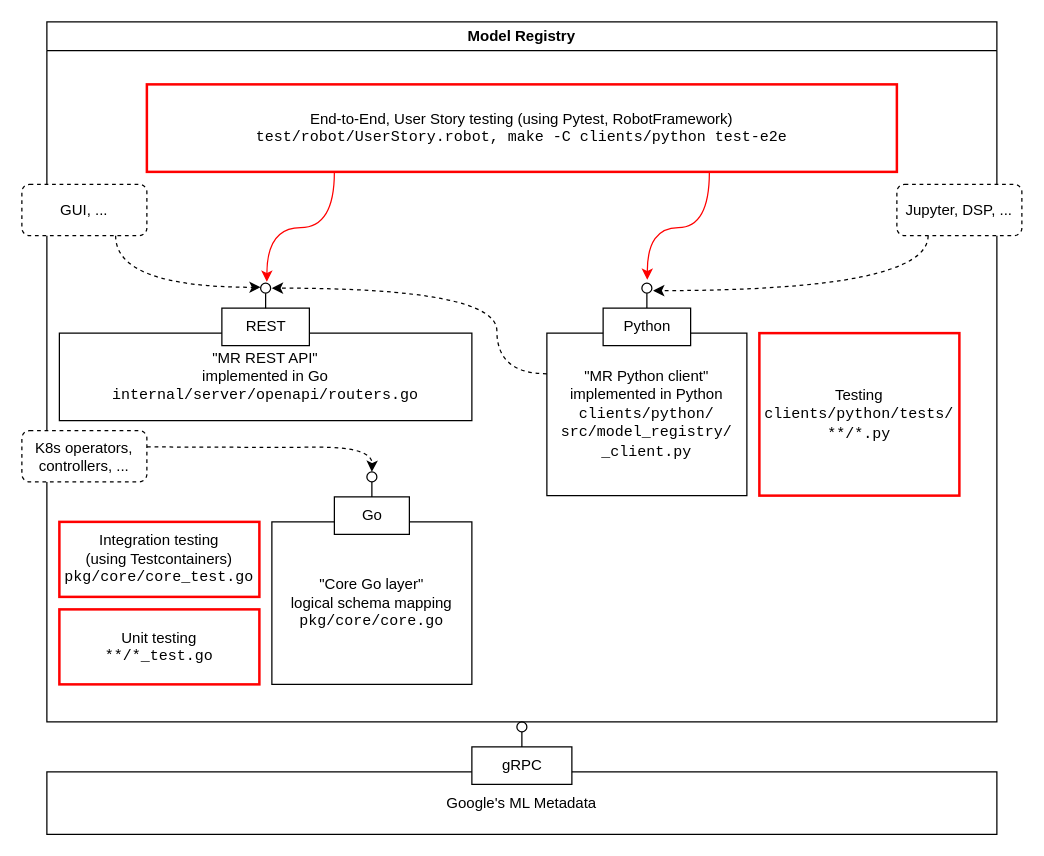
This is docs/Model Registry Testing areas.drawio from hanzo-ml/hub, a draw.io file, before an edit. Source tidied: cells renumbered, new cells numbered last; positions are measured from the earlier drawing's top-left corner, leaving out a move shared by most shapes. Both pictures are drawn from the tidied source at 125%, with x=0, y=0 at pixel (21, 21).
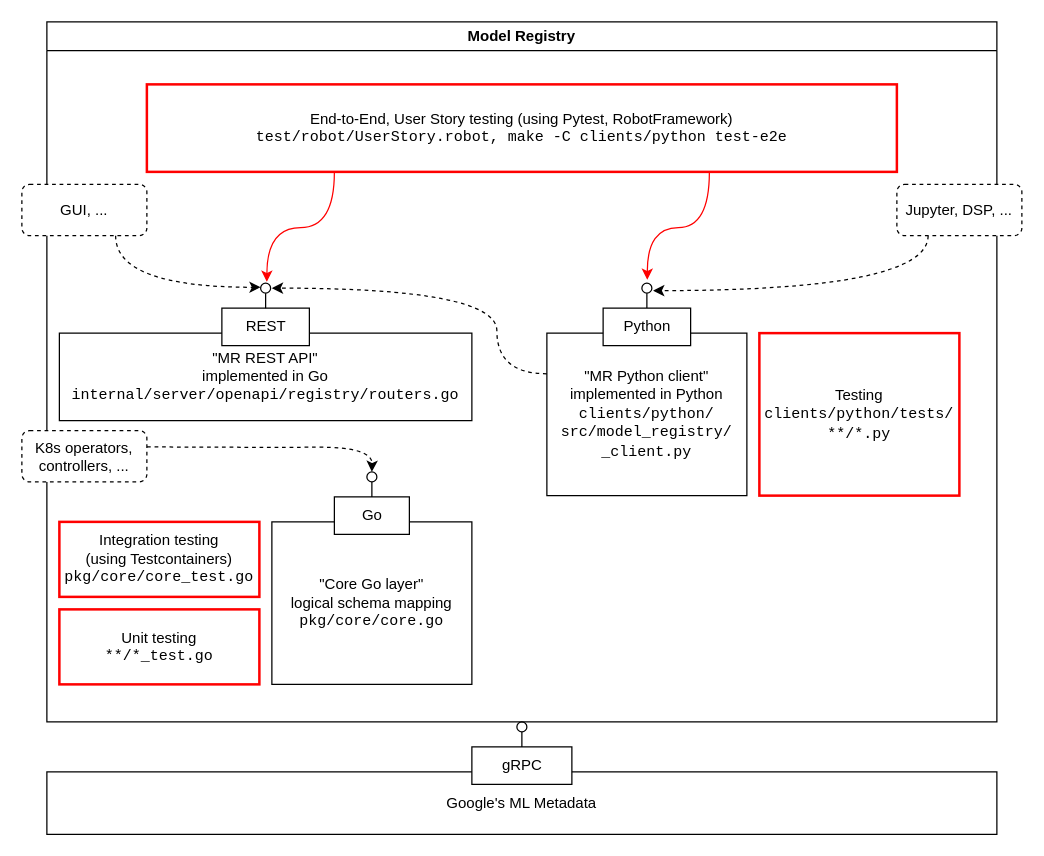
The same diagram, later.

Diff of the diagram source:
```diff
@@
-    <mxCell id="9" value="&quot;MR REST API&quot;&lt;br&gt;implemented in Go&lt;br&gt;&lt;font face=&quot;Courier New&quot;&gt;internal/server/openapi/routers.go&lt;/font&gt;" style="rounded=0;whiteSpace=wrap;html=1;" parent="1" vertex="1">
+    <mxCell id="9" value="&quot;MR REST API&quot;&lt;br&gt;implemented in Go&lt;br&gt;&lt;font face=&quot;Courier New&quot;&gt;internal/server/openapi/registry/routers.go&lt;/font&gt;" style="rounded=0;whiteSpace=wrap;html=1;" parent="1" vertex="1">
       <mxGeometry x="30" y="249" width="330" height="70" as="geometry" />
     </mxCell>
```
